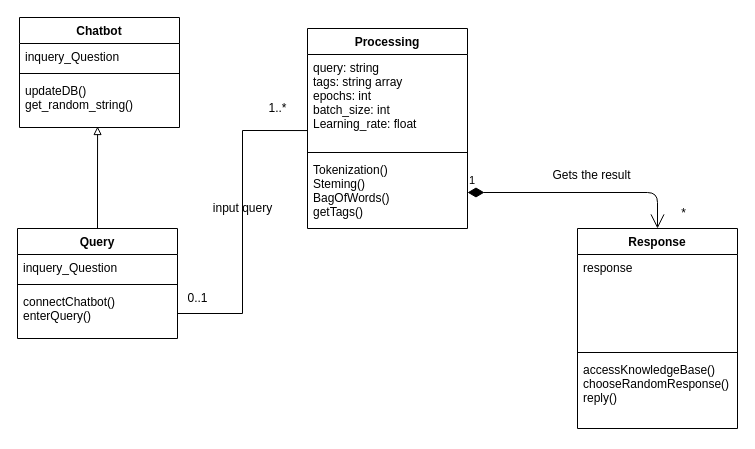
Above: class diagram.drawio in HaseebSheikh417/FYP-Chatbot (draw.io), before the change. Source tidied: cells renumbered, new cells numbered last; positions are measured from the earlier drawing's top-left corner, leaving out a move shared by most shapes. Both pictures are drawn from the tidied source at 100%, with x=0, y=0 at pixel (17, 17).
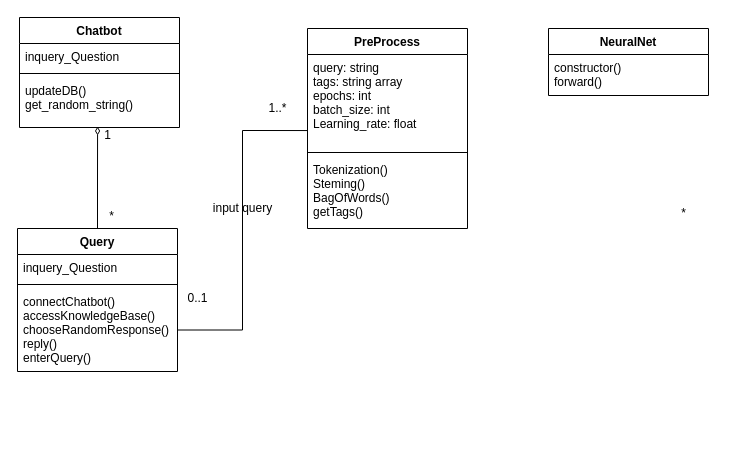
The same page after the edit.

The change refers to these unchanged cells:
```xml
<mxCell id="10" value="Tokenization()&#10;Steming()&#10;BagOfWords()&#10;getTags()" style="text;strokeColor=none;fillColor=none;align=left;verticalAlign=top;spacingLeft=4;spacingRight=4;overflow=hidden;points=[[0,0.5],[1,0.5]];portConstraint=eastwest;" parent="7" vertex="1">
  <mxGeometry y="128" width="160" height="72" as="geometry" />
</mxCell>
<mxCell id="23" value="updateDB()&#10;get_random_string()" style="text;strokeColor=none;fillColor=none;align=left;verticalAlign=top;spacingLeft=4;spacingRight=4;overflow=hidden;points=[[0,0.5],[1,0.5]];portConstraint=eastwest;" parent="20" vertex="1">
  <mxGeometry y="60" width="160" height="50" as="geometry" />
</mxCell>
```

What changed in the source:
```diff
@@
-    <mxCell id="2" style="edgeStyle=orthogonalEdgeStyle;rounded=0;jettySize=auto;html=1;entryX=0.488;entryY=0.98;entryDx=0;entryDy=0;entryPerimeter=0;endArrow=block;endFill=0;" parent="1" edge="1" source="3" target="23">
+    <mxCell id="2" style="edgeStyle=orthogonalEdgeStyle;rounded=0;jettySize=auto;html=1;entryX=0.488;entryY=0.98;entryDx=0;entryDy=0;entryPerimeter=0;endArrow=diamondThin;endFill=0;" parent="1" edge="1" source="3" target="23">
       <mxGeometry relative="1" as="geometry" />
     </mxCell>
     <mxCell id="3" value="Query" style="swimlane;fontStyle=1;align=center;verticalAlign=top;horizontal=1;startSize=26;" parent="1" vertex="1">
-      <mxGeometry y="211" width="160" height="110" as="geometry" />
+      <mxGeometry y="211" width="160" height="143" as="geometry" />
     </mxCell>
@@
-    <mxCell id="6" value="connectChatbot()&#10;enterQuery()" style="text;strokeColor=none;fillColor=none;align=left;verticalAlign=top;spacingLeft=4;spacingRight=4;overflow=hidden;points=[[0,0.5],[1,0.5]];portConstraint=eastwest;" parent="3" vertex="1">
-      <mxGeometry y="60" width="160" height="50" as="geometry" />
+    <mxCell id="6" value="connectChatbot()&#10;accessKnowledgeBase()&#10;chooseRandomResponse()&#10;reply()&#10;enterQuery()" style="text;strokeColor=none;fillColor=none;align=left;verticalAlign=top;spacingLeft=4;spacingRight=4;overflow=hidden;points=[[0,0.5],[1,0.5]];portConstraint=eastwest;" parent="3" vertex="1">
+      <mxGeometry y="60" width="160" height="83" as="geometry" />
     </mxCell>
-    <mxCell id="7" value="Processing" style="swimlane;fontStyle=1;align=center;verticalAlign=top;horizontal=1;startSize=26;" parent="1" vertex="1">
+    <mxCell id="7" value="PreProcess" style="swimlane;fontStyle=1;align=center;verticalAlign=top;horizontal=1;startSize=26;" parent="1" vertex="1">
       <mxGeometry x="290" y="11" width="160" height="200" as="geometry" />
     </mxCell>
@@
-    <mxCell id="11" value="Response" style="swimlane;fontStyle=1;align=center;verticalAlign=top;horizontal=1;startSize=26;" parent="1" vertex="1">
-      <mxGeometry x="560" y="211" width="160" height="200" as="geometry" />
-    </mxCell>
-    <mxCell id="12" value="response" style="text;strokeColor=none;fillColor=none;align=left;verticalAlign=top;spacingLeft=4;spacingRight=4;overflow=hidden;" parent="11" vertex="1">
-      <mxGeometry y="26" width="160" height="94" as="geometry" />
-    </mxCell>
-    <mxCell id="13" style="line;strokeWidth=1;fillColor=none;align=left;verticalAlign=middle;spacingTop=-1;spacingLeft=3;spacingRight=3;labelPosition=right;" parent="11" vertex="1">
-      <mxGeometry y="120" width="160" height="8" as="geometry" />
-    </mxCell>
-    <mxCell id="14" value="accessKnowledgeBase()&#10;chooseRandomResponse()&#10;reply()&#10;" style="text;strokeColor=none;fillColor=none;align=left;verticalAlign=top;spacingLeft=4;spacingRight=4;overflow=hidden;" parent="11" vertex="1">
-      <mxGeometry y="128" width="160" height="72" as="geometry" />
-    </mxCell>
@@
-    <mxCell id="19" value="Gets the result" style="text;html=1;align=center;verticalAlign=middle;" parent="1" vertex="1">
-      <mxGeometry x="529" y="148" width="90" height="20" as="geometry" />
-    </mxCell>
@@
-    <mxCell id="25" value="1" style="endArrow=open;html=1;endSize=12;startArrow=diamondThin;startSize=14;startFill=1;edgeStyle=orthogonalEdgeStyle;align=left;verticalAlign=bottom;entryX=0.5;entryY=0;entryDx=0;entryDy=0;" parent="1" edge="1" source="10" target="11">
-      <mxGeometry x="-1" y="3" relative="1" as="geometry" />
+    <mxCell id="25" value="1" style="text;html=1;align=center;verticalAlign=middle;" parent="1" vertex="1">
+      <mxGeometry x="81" y="109" width="17" height="18" as="geometry" />
     </mxCell>
+    <mxCell id="26" value="*" style="text;html=1;align=center;verticalAlign=middle;" parent="1" vertex="1">
+      <mxGeometry x="86" y="190" width="15" height="18" as="geometry" />
+    </mxCell>
+    <mxCell id="27" value="NeuralNet" style="swimlane;fontStyle=1;align=center;verticalAlign=top;horizontal=1;startSize=26;" parent="1" vertex="1">
+      <mxGeometry x="531" y="11" width="160" height="67" as="geometry" />
+    </mxCell>
+    <mxCell id="28" value="constructor()&#10;forward()" style="text;strokeColor=none;fillColor=none;align=left;verticalAlign=top;spacingLeft=4;spacingRight=4;overflow=hidden;" parent="27" vertex="1">
+      <mxGeometry y="26" width="160" height="41" as="geometry" />
+    </mxCell>
```
